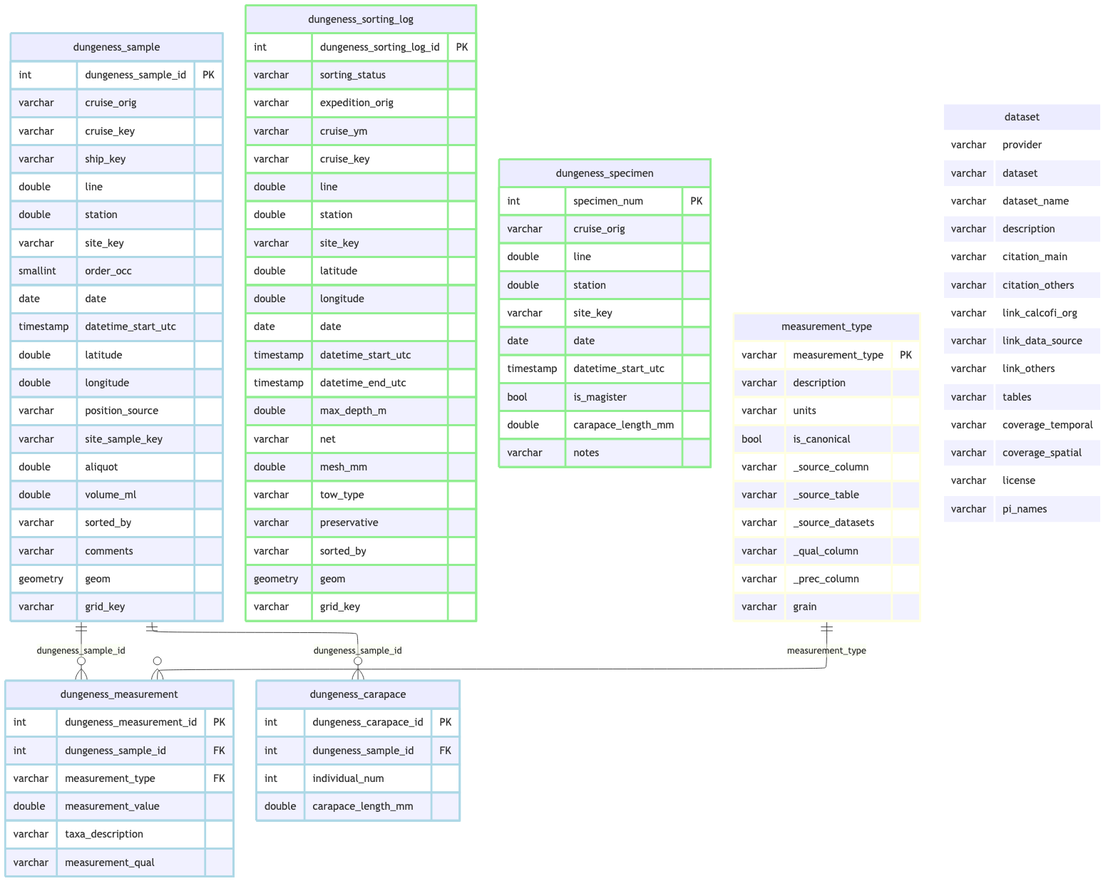
The Mermaid diagram _output/ingest_dfw_dungeness-crab_files/figure-html/schema-1.png in CalCOFI/workflows, before a commit. Its source is kept beside it as _output/ingest_dfw_dungeness-crab_files/figure-html/schema-1.mmd. Its diagram source:
```mermaid
---
config:
  layout: elk
---
erDiagram
    dungeness_sample {
        int dungeness_sample_id PK
        varchar cruise_orig
        varchar cruise_key
        varchar ship_key
        double line
        double station
        varchar site_key
        smallint order_occ
        date date
        timestamp datetime_start_utc
        double latitude
        double longitude
        varchar position_source
        varchar site_sample_key
        double aliquot
        double volume_ml
        varchar sorted_by
        varchar comments
        geometry geom
        varchar grid_key
    }
    dungeness_measurement {
        int dungeness_measurement_id PK
        int dungeness_sample_id FK
        varchar measurement_type FK
        double measurement_value
        varchar taxa_description
        varchar measurement_qual
    }
    dungeness_carapace {
        int dungeness_carapace_id PK
        int dungeness_sample_id FK
        int individual_num
        double carapace_length_mm
    }
    dungeness_sorting_log {
        int dungeness_sorting_log_id PK
        varchar sorting_status
        varchar expedition_orig
        varchar cruise_ym
        varchar cruise_key
        double line
        double station
        varchar site_key
        double latitude
        double longitude
        date date
        timestamp datetime_start_utc
        timestamp datetime_end_utc
        double max_depth_m
        varchar net
        double mesh_mm
        varchar tow_type
        varchar preservative
        varchar sorted_by
        geometry geom
        varchar grid_key
    }
    dungeness_specimen {
        int specimen_num PK
        varchar cruise_orig
        double line
        double station
        varchar site_key
        date date
        timestamp datetime_start_utc
        bool is_magister
        double carapace_length_mm
        varchar notes
    }
    measurement_type {
        varchar measurement_type PK
        varchar description
        varchar units
        bool is_canonical
        varchar _source_column
        varchar _source_table
        varchar _source_datasets
        varchar _qual_column
        varchar _prec_column
        varchar grain
    }
    dataset {
        varchar provider
        varchar dataset
        varchar dataset_name
        varchar description
        varchar citation_main
        varchar citation_others
        varchar link_calcofi_org
        varchar link_data_source
        varchar link_others
        varchar tables
        varchar coverage_temporal
        varchar coverage_spatial
        varchar license
        varchar pi_names
    }
    dungeness_sample ||--o{ dungeness_measurement : "dungeness_sample_id"
    dungeness_sample ||--o{ dungeness_carapace : "dungeness_sample_id"
    measurement_type ||--o{ dungeness_measurement : "measurement_type"
    classDef lightblue stroke:#ADD8E6,stroke-width:3px
    class dungeness_sample,dungeness_measurement,dungeness_carapace lightblue
    classDef lightgreen stroke:#90EE90,stroke-width:3px
    class dungeness_sorting_log,dungeness_specimen lightgreen
    classDef lightyellow stroke:#FFFFE0,stroke-width:3px
    class measurement_type lightyellow
    classDef white stroke:#FFFFFF,stroke-width:3px
    class dataset white
```
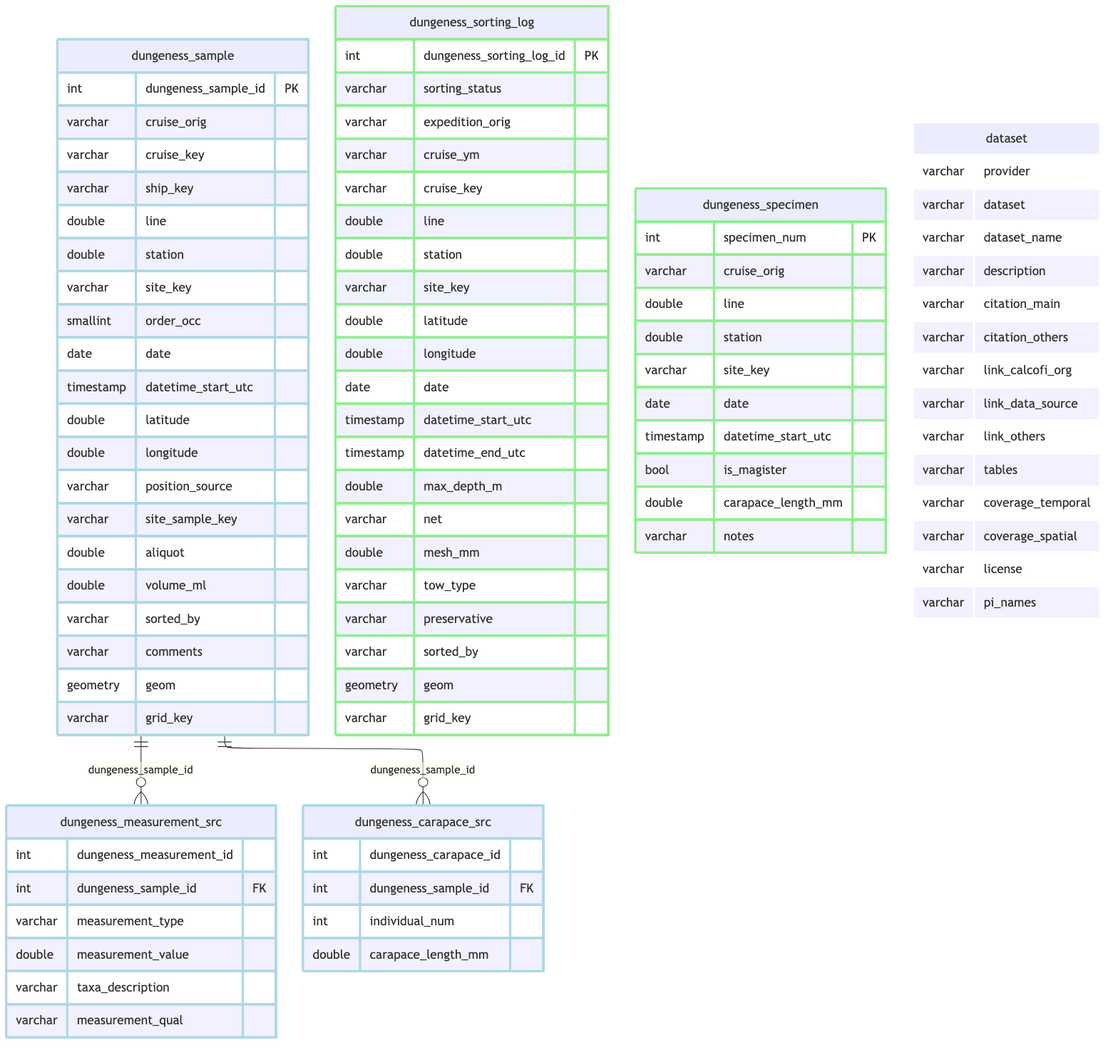
Above is the later version.

What changed in the source:
```diff
@@ -25,16 +25,16 @@
         geometry geom
         varchar grid_key
     }
-    dungeness_measurement {
-        int dungeness_measurement_id PK
+    dungeness_measurement_src {
+        int dungeness_measurement_id
         int dungeness_sample_id FK
-        varchar measurement_type FK
+        varchar measurement_type
         double measurement_value
         varchar taxa_description
         varchar measurement_qual
     }
-    dungeness_carapace {
-        int dungeness_carapace_id PK
+    dungeness_carapace_src {
+        int dungeness_carapace_id
         int dungeness_sample_id FK
         int individual_num
         double carapace_length_mm
@@ -74,18 +74,6 @@
         double carapace_length_mm
         varchar notes
     }
-    measurement_type {
-        varchar measurement_type PK
-        varchar description
-        varchar units
-        bool is_canonical
-        varchar _source_column
-        varchar _source_table
-        varchar _source_datasets
-        varchar _qual_column
-        varchar _prec_column
-        varchar grain
-    }
     dataset {
         varchar provider
         varchar dataset
@@ -102,14 +90,11 @@
         varchar license
         varchar pi_names
     }
-    dungeness_sample ||--o{ dungeness_measurement : "dungeness_sample_id"
-    dungeness_sample ||--o{ dungeness_carapace : "dungeness_sample_id"
-    measurement_type ||--o{ dungeness_measurement : "measurement_type"
+    dungeness_sample ||--o{ dungeness_measurement_src : "dungeness_sample_id"
+    dungeness_sample ||--o{ dungeness_carapace_src : "dungeness_sample_id"
     classDef lightblue stroke:#ADD8E6,stroke-width:3px
-    class dungeness_sample,dungeness_measurement,dungeness_carapace lightblue
+    class dungeness_sample,dungeness_measurement_src,dungeness_carapace_src lightblue
     classDef lightgreen stroke:#90EE90,stroke-width:3px
     class dungeness_sorting_log,dungeness_specimen lightgreen
-    classDef lightyellow stroke:#FFFFE0,stroke-width:3px
-    class measurement_type lightyellow
     classDef white stroke:#FFFFFF,stroke-width:3px
     class dataset white
```
